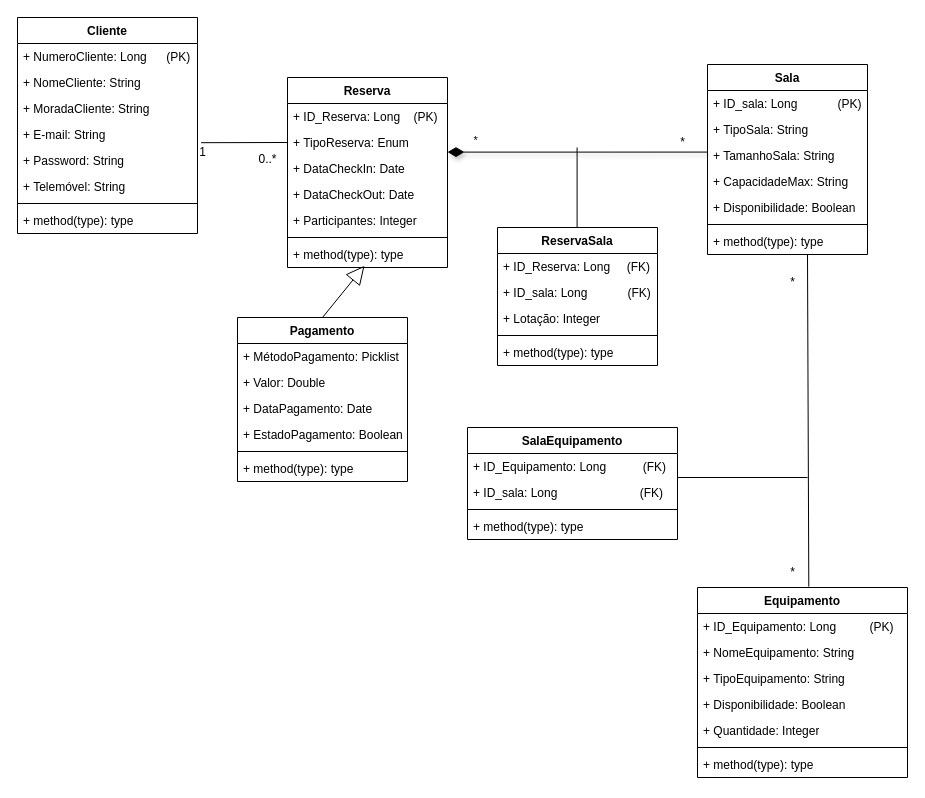
Above: UMLDiagram.drawio in ic3K1ng/Rooms-Equipments (draw.io), before the change. Source tidied: cells renumbered, new cells numbered last; positions are measured from the earlier drawing's top-left corner, leaving out a move shared by most shapes. Both pictures are drawn from the tidied source at 100%, with x=0, y=0 at pixel (17, 17).
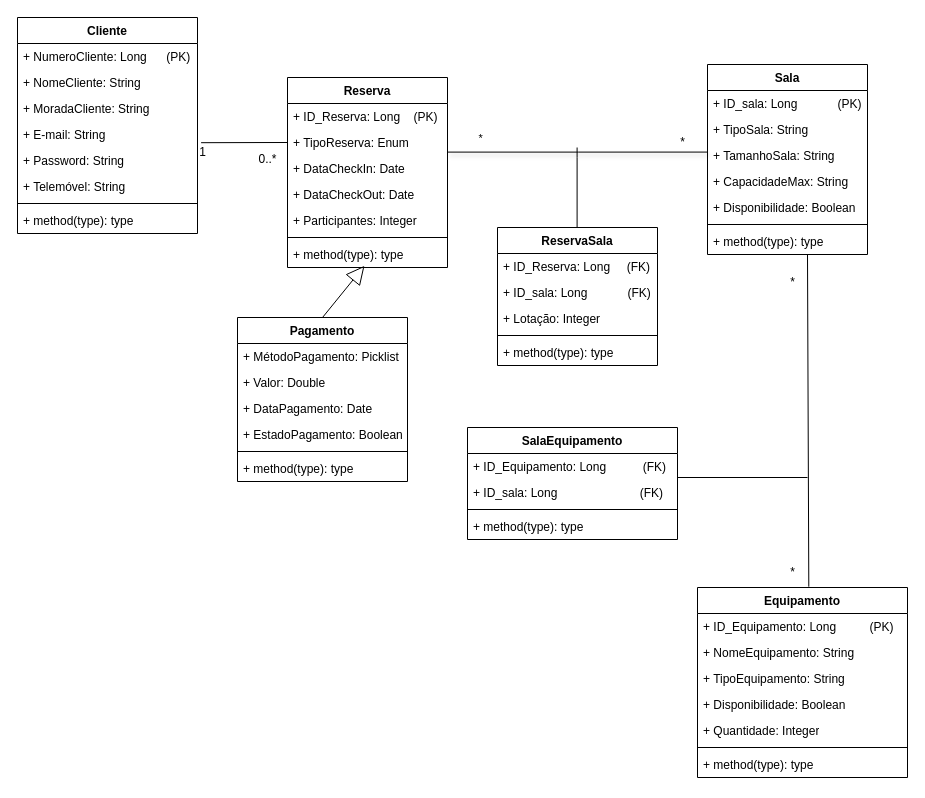
Above is the later version.

Commit message:
Alteração da obrigatoriedade entre as tabelas [sala - reserva]

The change refers to these unchanged cells:
```xml
<mxCell id="14" value="+ TamanhoSala: String" style="text;strokeColor=none;fillColor=none;align=left;verticalAlign=top;spacingLeft=4;spacingRight=4;overflow=hidden;points=[[0,0.5],[1,0.5]];portConstraint=eastwest;whiteSpace=wrap;html=1;" parent="11" vertex="1">
  <mxGeometry y="78" width="160" height="26" as="geometry" />
</mxCell>
```

Diff of the diagram source:
```diff
@@
-    <mxCell id="46" value="&lt;span style=&quot;white-space: pre;&quot;&gt;&#9;&lt;/span&gt;*" style="endArrow=none;html=1;endSize=12;startArrow=diamondThin;startSize=14;startFill=1;edgeStyle=orthogonalEdgeStyle;align=left;verticalAlign=bottom;rounded=0;shadow=1;endFill=0;entryX=-0.002;entryY=0.369;entryDx=0;entryDy=0;entryPerimeter=0;" parent="1" edge="1" target="14">
-      <mxGeometry x="-1" y="3" relative="1" as="geometry">
+    <mxCell id="46" value="&lt;span style=&quot;white-space: pre;&quot;&gt;&#9;&lt;/span&gt;*" style="endArrow=none;html=1;endSize=12;startArrow=none;startSize=14;startFill=0;edgeStyle=orthogonalEdgeStyle;align=left;verticalAlign=bottom;rounded=0;shadow=1;endFill=0;entryX=-0.002;entryY=0.369;entryDx=0;entryDy=0;entryPerimeter=0;" parent="1" edge="1" target="14">
+      <mxGeometry x="-0.96" y="5" relative="1" as="geometry">
         <mxPoint x="430" y="134.6" as="sourcePoint" />
         <Array as="points">
           <mxPoint x="561" y="135" />
           <mxPoint x="561" y="135" />
         </Array>
       </mxGeometry>
     </mxCell>
```
